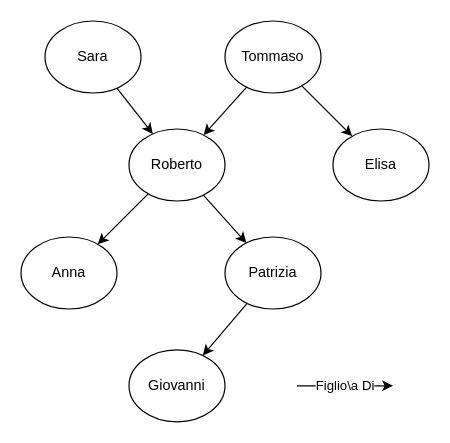
The draw.io diagram dev/Insiemi e Relazioni/Famiglia.drawio in felixblog/edu, before the edit. Source tidied: cells renumbered, new cells numbered last; positions are measured from the earlier drawing's top-left corner, leaving out a move shared by most shapes. Both pictures are drawn from the tidied source at 120%, with x=0, y=0 at pixel (20, 20).
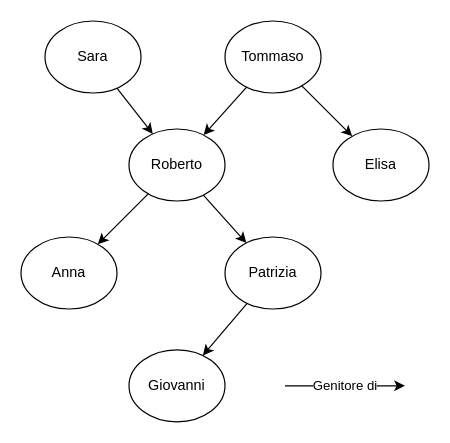
The same page after the edit.

The edit, as a diff of the source:
```diff
@@
 <mxGraphModel>
   <root>
     <mxCell id="0" />
     <mxCell id="1" parent="0" />
     <mxCell id="2" value="Sara" style="ellipse;whiteSpace=wrap;html=1;" parent="1" vertex="1">
       <mxGeometry x="20" width="80" height="60" as="geometry" />
     </mxCell>
     <mxCell id="3" value="Tommaso" style="ellipse;whiteSpace=wrap;html=1;" parent="1" vertex="1">
       <mxGeometry x="170" width="80" height="60" as="geometry" />
     </mxCell>
     <mxCell id="4" value="Roberto" style="ellipse;whiteSpace=wrap;html=1;" parent="1" vertex="1">
       <mxGeometry x="90" y="90" width="80" height="60" as="geometry" />
     </mxCell>
     <mxCell id="5" value="Elisa" style="ellipse;whiteSpace=wrap;html=1;" parent="1" vertex="1">
       <mxGeometry x="260" y="90" width="80" height="60" as="geometry" />
     </mxCell>
     <mxCell id="6" value="Anna" style="ellipse;whiteSpace=wrap;html=1;" parent="1" vertex="1">
       <mxGeometry y="180" width="80" height="60" as="geometry" />
     </mxCell>
     <mxCell id="7" value="Patrizia" style="ellipse;whiteSpace=wrap;html=1;" parent="1" vertex="1">
       <mxGeometry x="170" y="180" width="80" height="60" as="geometry" />
     </mxCell>
     <mxCell id="8" value="Giovanni" style="ellipse;whiteSpace=wrap;html=1;" parent="1" vertex="1">
       <mxGeometry x="90" y="274" width="80" height="60" as="geometry" />
     </mxCell>
     <mxCell id="9" style="endArrow=classic;html=1;rounded=0;" parent="1" edge="1" source="2" target="4">
       <mxGeometry relative="1" as="geometry" />
     </mxCell>
     <mxCell id="10" style="endArrow=classic;html=1;rounded=0;" parent="1" edge="1" source="3" target="4">
       <mxGeometry relative="1" as="geometry" />
     </mxCell>
     <mxCell id="11" style="endArrow=classic;html=1;rounded=0;" parent="1" edge="1" source="3" target="5">
       <mxGeometry relative="1" as="geometry" />
     </mxCell>
     <mxCell id="12" style="endArrow=classic;html=1;rounded=0;" parent="1" edge="1" source="4" target="6">
       <mxGeometry relative="1" as="geometry" />
     </mxCell>
     <mxCell id="13" style="endArrow=classic;html=1;rounded=0;" parent="1" edge="1" source="4" target="7">
       <mxGeometry relative="1" as="geometry" />
     </mxCell>
     <mxCell id="14" style="endArrow=classic;html=1;rounded=0;" parent="1" edge="1" source="7" target="8">
       <mxGeometry relative="1" as="geometry" />
     </mxCell>
-    <mxCell id="15" value="Figlio\a Di" style="endArrow=classic;html=1;rounded=0;" parent="1" edge="1">
+    <mxCell id="15" value="Genitore di" style="endArrow=classic;html=1;rounded=0;" parent="1" edge="1">
       <mxGeometry relative="1" as="geometry">
-        <mxPoint x="230" y="304" as="sourcePoint" />
-        <mxPoint x="310" y="304" as="targetPoint" />
+        <mxPoint x="220" y="304" as="sourcePoint" />
+        <mxPoint x="320" y="304" as="targetPoint" />
       </mxGeometry>
     </mxCell>
   </root>
 </mxGraphModel>
```
